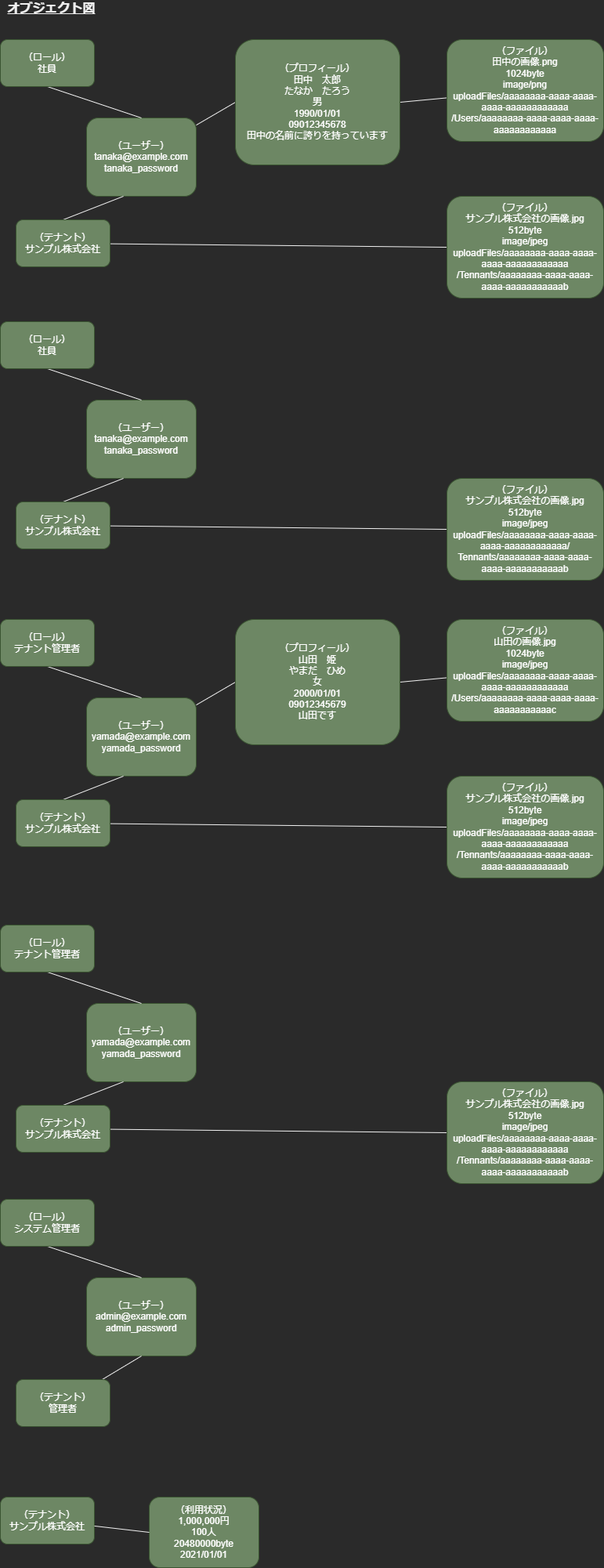
This is docs/diagrams/src/オブジェクト図.png from q23isline/reinventing_the_wheel, a draw.io export, as it was before one commit. Source tidied: cells renumbered, new cells last; positions are measured from the earlier drawing's top-left corner, leaving out a move shared by most shapes.
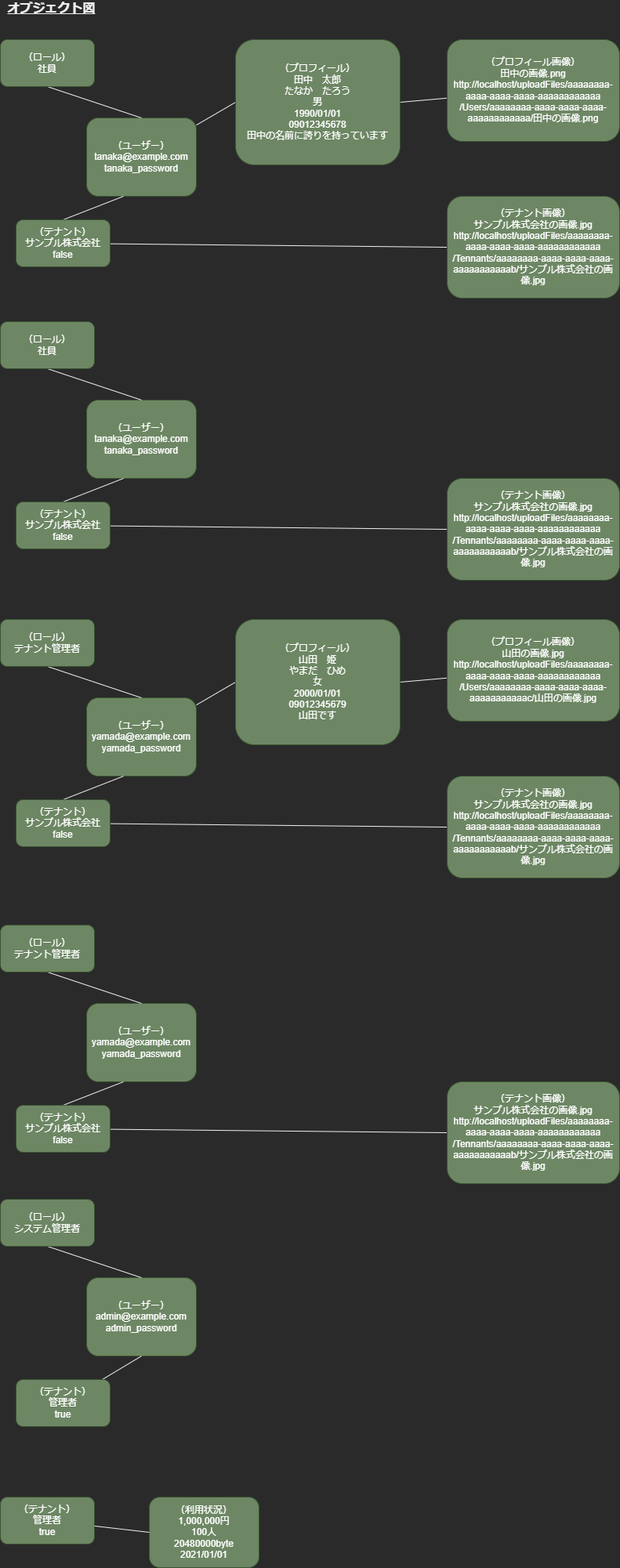
The same file after the commit.

Commit message:
ドメインモデル図、オブジェクト図を更新

What changed in the source:
```diff
@@ -14,8 +14,8 @@
     <mxCell id="5" style="rounded=0;jettySize=auto;html=1;endArrow=none;endFill=0;entryX=1;entryY=0.5;entryDx=0;entryDy=0;" parent="1" edge="1" source="6" target="15">
       <mxGeometry relative="1" as="geometry" />
     </mxCell>
-    <mxCell id="6" value="（ファイル）&lt;br&gt;田中の画像.png&lt;br&gt;1024byte&lt;br&gt;image/png&lt;br&gt;uploadFiles/aaaaaaaa-aaaa-aaaa-aaaa-aaaaaaaaaaaa&lt;br&gt;/Users/aaaaaaaa-aaaa-aaaa-aaaa-aaaaaaaaaaaa" style="rounded=1;whiteSpace=wrap;html=1;fillColor=#6d8764;fontColor=#ffffff;strokeColor=#3A5431;" parent="1" vertex="1">
-      <mxGeometry x="570" y="50" width="200" height="130" as="geometry" />
+    <mxCell id="6" value="（プロフィール画像）&lt;br&gt;田中の画像.png&lt;br&gt;http://localhost/uploadFiles/aaaaaaaa-aaaa-aaaa-aaaa-aaaaaaaaaaaa&lt;br&gt;/Users/aaaaaaaa-aaaa-aaaa-aaaa-aaaaaaaaaaaa/田中の画像.png" style="rounded=1;whiteSpace=wrap;html=1;fillColor=#6d8764;fontColor=#ffffff;strokeColor=#3A5431;" parent="1" vertex="1">
+      <mxGeometry x="570" y="50" width="220" height="130" as="geometry" />
     </mxCell>
     <mxCell id="7" style="rounded=0;jettySize=auto;html=1;exitX=0.5;exitY=1;exitDx=0;exitDy=0;endArrow=none;endFill=0;entryX=0.5;entryY=0;entryDx=0;entryDy=0;" parent="1" edge="1" source="8" target="4">
       <mxGeometry relative="1" as="geometry" />
@@ -32,11 +32,11 @@
     <mxCell id="11" style="edgeStyle=none;rounded=0;jettySize=auto;html=1;entryX=0;entryY=0.5;entryDx=0;entryDy=0;fontSize=16;endArrow=none;endFill=0;" parent="1" edge="1" source="12" target="13">
       <mxGeometry relative="1" as="geometry" />
     </mxCell>
-    <mxCell id="12" value="（テナント）&lt;br&gt;サンプル株式会社" style="rounded=1;whiteSpace=wrap;html=1;fillColor=#6d8764;fontColor=#ffffff;strokeColor=#3A5431;" parent="1" vertex="1">
+    <mxCell id="12" value="（テナント）&lt;br&gt;サンプル株式会社&lt;br&gt;false" style="rounded=1;whiteSpace=wrap;html=1;fillColor=#6d8764;fontColor=#ffffff;strokeColor=#3A5431;" parent="1" vertex="1">
       <mxGeometry x="20" y="280" width="120" height="60" as="geometry" />
     </mxCell>
-    <mxCell id="13" value="（ファイル）&lt;br&gt;サンプル株式会社の画像.jpg&lt;br&gt;512byte&lt;br&gt;image/jpeg&lt;br&gt;uploadFiles/aaaaaaaa-aaaa-aaaa-aaaa-aaaaaaaaaaaa&lt;br&gt;/Tennants/aaaaaaaa-aaaa-aaaa-aaaa-aaaaaaaaaaab" style="rounded=1;whiteSpace=wrap;html=1;fillColor=#6d8764;fontColor=#ffffff;strokeColor=#3A5431;" parent="1" vertex="1">
-      <mxGeometry x="570" y="250" width="200" height="130" as="geometry" />
+    <mxCell id="13" value="（テナント画像）&lt;br&gt;サンプル株式会社の画像.jpg&lt;br&gt;http://localhost/uploadFiles/aaaaaaaa-aaaa-aaaa-aaaa-aaaaaaaaaaaa&lt;br&gt;/Tennants/aaaaaaaa-aaaa-aaaa-aaaa-aaaaaaaaaaab/サンプル株式会社の画像.jpg" style="rounded=1;whiteSpace=wrap;html=1;fillColor=#6d8764;fontColor=#ffffff;strokeColor=#3A5431;" parent="1" vertex="1">
+      <mxGeometry x="570" y="250" width="220" height="130" as="geometry" />
     </mxCell>
     <mxCell id="14" style="edgeStyle=orthogonalEdgeStyle;rounded=0;orthogonalLoop=1;jettySize=auto;html=1;exitX=1;exitY=0.5;exitDx=0;exitDy=0;strokeColor=none;endArrow=none;endFill=0;" parent="1" edge="1">
       <mxGeometry relative="1" as="geometry">
@@ -47,9 +47,6 @@
     <mxCell id="15" value="（プロフィール）&lt;br&gt;田中　太郎&lt;br&gt;たなか　たろう&lt;br&gt;男&lt;br&gt;1990/01/01&lt;br&gt;09012345678&lt;br&gt;田中の名前に誇りを持っています" style="rounded=1;whiteSpace=wrap;html=1;fillColor=#6d8764;fontColor=#ffffff;strokeColor=#3A5431;" parent="1" vertex="1">
       <mxGeometry x="300" y="50" width="210" height="160" as="geometry" />
     </mxCell>
-    <mxCell id="16" style="edgeStyle=orthogonalEdgeStyle;rounded=0;jettySize=auto;html=1;exitX=1;exitY=0.5;exitDx=0;exitDy=0;strokeColor=none;endArrow=none;endFill=0;" parent="1" edge="1" source="18" target="20">
-      <mxGeometry relative="1" as="geometry" />
-    </mxCell>
     <mxCell id="17" style="edgeStyle=none;rounded=0;jettySize=auto;html=1;entryX=0;entryY=0.5;entryDx=0;entryDy=0;fontSize=16;endArrow=none;endFill=0;" parent="1" edge="1" source="18" target="27">
       <mxGeometry relative="1" as="geometry" />
     </mxCell>
@@ -59,8 +56,8 @@
     <mxCell id="19" style="rounded=0;jettySize=auto;html=1;endArrow=none;endFill=0;entryX=1;entryY=0.5;entryDx=0;entryDy=0;" parent="1" edge="1" source="20" target="27">
       <mxGeometry relative="1" as="geometry" />
     </mxCell>
-    <mxCell id="20" value="（ファイル）&lt;br&gt;山田の画像.jpg&lt;br&gt;1024byte&lt;br&gt;image/jpeg&lt;br&gt;uploadFiles/aaaaaaaa-aaaa-aaaa-aaaa-aaaaaaaaaaaa&lt;br&gt;/Users/aaaaaaaa-aaaa-aaaa-aaaa-aaaaaaaaaaac" style="rounded=1;whiteSpace=wrap;html=1;fillColor=#6d8764;fontColor=#ffffff;strokeColor=#3A5431;" parent="1" vertex="1">
-      <mxGeometry x="570" y="790" width="200" height="130" as="geometry" />
+    <mxCell id="20" value="（プロフィール画像）&lt;br&gt;山田の画像.jpg&lt;br&gt;http://localhost/uploadFiles/aaaaaaaa-aaaa-aaaa-aaaa-aaaaaaaaaaaa&lt;br&gt;/Users/aaaaaaaa-aaaa-aaaa-aaaa-aaaaaaaaaaac/山田の画像.jpg" style="rounded=1;whiteSpace=wrap;html=1;fillColor=#6d8764;fontColor=#ffffff;strokeColor=#3A5431;" parent="1" vertex="1">
+      <mxGeometry x="570" y="790" width="220" height="130" as="geometry" />
     </mxCell>
     <mxCell id="21" style="rounded=0;jettySize=auto;html=1;exitX=0.5;exitY=1;exitDx=0;exitDy=0;endArrow=none;endFill=0;entryX=0.5;entryY=0;entryDx=0;entryDy=0;" parent="1" edge="1" source="22" target="18">
       <mxGeometry relative="1" as="geometry" />
@@ -74,20 +71,15 @@
     <mxCell id="24" style="edgeStyle=none;rounded=0;jettySize=auto;html=1;entryX=0;entryY=0.5;entryDx=0;entryDy=0;fontSize=16;endArrow=none;endFill=0;" parent="1" edge="1" source="25" target="26">
       <mxGeometry relative="1" as="geometry" />
     </mxCell>
-    <mxCell id="25" value="（テナント）&lt;br&gt;サンプル株式会社" style="rounded=1;whiteSpace=wrap;html=1;fillColor=#6d8764;fontColor=#ffffff;strokeColor=#3A5431;" parent="1" vertex="1">
+    <mxCell id="25" value="（テナント）&lt;br&gt;サンプル株式会社&lt;br&gt;false" style="rounded=1;whiteSpace=wrap;html=1;fillColor=#6d8764;fontColor=#ffffff;strokeColor=#3A5431;" parent="1" vertex="1">
       <mxGeometry x="20" y="1020" width="120" height="60" as="geometry" />
     </mxCell>
-    <mxCell id="26" value="（ファイル）&lt;br&gt;サンプル株式会社の画像.jpg&lt;br&gt;512byte&lt;br&gt;image/jpeg&lt;br&gt;uploadFiles/aaaaaaaa-aaaa-aaaa-aaaa-aaaaaaaaaaaa&lt;br&gt;/Tennants/aaaaaaaa-aaaa-aaaa-aaaa-aaaaaaaaaaab" style="rounded=1;whiteSpace=wrap;html=1;fillColor=#6d8764;fontColor=#ffffff;strokeColor=#3A5431;" parent="1" vertex="1">
-      <mxGeometry x="570" y="990" width="200" height="130" as="geometry" />
+    <mxCell id="26" value="（テナント画像）&lt;br&gt;サンプル株式会社の画像.jpg&lt;br&gt;http://localhost/uploadFiles/aaaaaaaa-aaaa-aaaa-aaaa-aaaaaaaaaaaa&lt;br&gt;/Tennants/aaaaaaaa-aaaa-aaaa-aaaa-aaaaaaaaaaab/サンプル株式会社の画像.jpg" style="rounded=1;whiteSpace=wrap;html=1;fillColor=#6d8764;fontColor=#ffffff;strokeColor=#3A5431;" parent="1" vertex="1">
+      <mxGeometry x="570" y="990" width="220" height="130" as="geometry" />
     </mxCell>
     <mxCell id="27" value="（プロフィール）&lt;br&gt;山田　姫&lt;br&gt;やまだ　ひめ&lt;br&gt;女&lt;br&gt;2000/01/01&lt;br&gt;09012345679&lt;br&gt;山田です" style="rounded=1;whiteSpace=wrap;html=1;fillColor=#6d8764;fontColor=#ffffff;strokeColor=#3A5431;" parent="1" vertex="1">
       <mxGeometry x="300" y="790" width="210" height="160" as="geometry" />
     </mxCell>
-    <mxCell id="28" style="edgeStyle=orthogonalEdgeStyle;rounded=0;jettySize=auto;html=1;exitX=1;exitY=0.5;exitDx=0;exitDy=0;strokeColor=none;endArrow=none;endFill=0;" parent="1" edge="1" source="29">
-      <mxGeometry relative="1" as="geometry">
-        <mxPoint x="570" y="475" as="targetPoint" />
-      </mxGeometry>
-    </mxCell>
     <mxCell id="29" value="（ユーザー）&lt;br&gt;tanaka@example.com&lt;br&gt;tanaka_password" style="rounded=1;whiteSpace=wrap;html=1;fillColor=#6d8764;fontColor=#ffffff;strokeColor=#3A5431;" parent="1" vertex="1">
       <mxGeometry x="110" y="510" width="140" height="100" as="geometry" />
     </mxCell>
@@ -103,17 +95,12 @@
     <mxCell id="33" style="edgeStyle=none;rounded=0;jettySize=auto;html=1;entryX=0;entryY=0.5;entryDx=0;entryDy=0;fontSize=16;endArrow=none;endFill=0;" parent="1" edge="1" source="34" target="35">
       <mxGeometry relative="1" as="geometry" />
     </mxCell>
-    <mxCell id="34" value="（テナント）&lt;br&gt;サンプル株式会社" style="rounded=1;whiteSpace=wrap;html=1;fillColor=#6d8764;fontColor=#ffffff;strokeColor=#3A5431;" parent="1" vertex="1">
+    <mxCell id="34" value="（テナント）&lt;br&gt;サンプル株式会社&lt;br&gt;false" style="rounded=1;whiteSpace=wrap;html=1;fillColor=#6d8764;fontColor=#ffffff;strokeColor=#3A5431;" parent="1" vertex="1">
       <mxGeometry x="20" y="640" width="120" height="60" as="geometry" />
     </mxCell>
-    <mxCell id="35" value="（ファイル）&lt;br&gt;サンプル株式会社の画像.jpg&lt;br&gt;512byte&lt;br&gt;image/jpeg&lt;br&gt;uploadFiles/aaaaaaaa-aaaa-aaaa-aaaa-aaaaaaaaaaaa/&lt;br&gt;Tennants/aaaaaaaa-aaaa-aaaa-aaaa-aaaaaaaaaaab" style="rounded=1;whiteSpace=wrap;html=1;fillColor=#6d8764;fontColor=#ffffff;strokeColor=#3A5431;" parent="1" vertex="1">
-      <mxGeometry x="570" y="610" width="200" height="130" as="geometry" />
+    <mxCell id="35" value="（テナント画像）&lt;br&gt;サンプル株式会社の画像.jpg&lt;br&gt;http://localhost/uploadFiles/aaaaaaaa-aaaa-aaaa-aaaa-aaaaaaaaaaaa&lt;br&gt;/Tennants/aaaaaaaa-aaaa-aaaa-aaaa-aaaaaaaaaaab/サンプル株式会社の画像.jpg" style="rounded=1;whiteSpace=wrap;html=1;fillColor=#6d8764;fontColor=#ffffff;strokeColor=#3A5431;" parent="1" vertex="1">
+      <mxGeometry x="570" y="610" width="220" height="130" as="geometry" />
     </mxCell>
-    <mxCell id="36" style="edgeStyle=orthogonalEdgeStyle;rounded=0;jettySize=auto;html=1;exitX=1;exitY=0.5;exitDx=0;exitDy=0;strokeColor=none;endArrow=none;endFill=0;" parent="1" edge="1" source="37">
-      <mxGeometry relative="1" as="geometry">
-        <mxPoint x="570" y="1245" as="targetPoint" />
-      </mxGeometry>
-    </mxCell>
     <mxCell id="37" value="（ユーザー）&lt;br&gt;yamada@example.com&lt;br&gt;yamada_password" style="rounded=1;whiteSpace=wrap;html=1;fillColor=#6d8764;fontColor=#ffffff;strokeColor=#3A5431;" parent="1" vertex="1">
       <mxGeometry x="110" y="1280" width="140" height="100" as="geometry" />
     </mxCell>
@@ -129,11 +116,11 @@
     <mxCell id="41" style="edgeStyle=none;rounded=0;jettySize=auto;html=1;entryX=0;entryY=0.5;entryDx=0;entryDy=0;fontSize=16;endArrow=none;endFill=0;" parent="1" edge="1" source="42" target="43">
       <mxGeometry relative="1" as="geometry" />
     </mxCell>
-    <mxCell id="42" value="（テナント）&lt;br&gt;サンプル株式会社" style="rounded=1;whiteSpace=wrap;html=1;fillColor=#6d8764;fontColor=#ffffff;strokeColor=#3A5431;" parent="1" vertex="1">
+    <mxCell id="42" value="（テナント）&lt;br&gt;サンプル株式会社&lt;br&gt;false" style="rounded=1;whiteSpace=wrap;html=1;fillColor=#6d8764;fontColor=#ffffff;strokeColor=#3A5431;" parent="1" vertex="1">
       <mxGeometry x="20" y="1410" width="120" height="60" as="geometry" />
     </mxCell>
-    <mxCell id="43" value="（ファイル）&lt;br&gt;サンプル株式会社の画像.jpg&lt;br&gt;512byte&lt;br&gt;image/jpeg&lt;br&gt;uploadFiles/aaaaaaaa-aaaa-aaaa-aaaa-aaaaaaaaaaaa&lt;br&gt;/Tennants/aaaaaaaa-aaaa-aaaa-aaaa-aaaaaaaaaaab" style="rounded=1;whiteSpace=wrap;html=1;fillColor=#6d8764;fontColor=#ffffff;strokeColor=#3A5431;" parent="1" vertex="1">
-      <mxGeometry x="570" y="1380" width="200" height="130" as="geometry" />
+    <mxCell id="43" value="（テナント画像）&lt;br&gt;サンプル株式会社の画像.jpg&lt;br&gt;http://localhost/uploadFiles/aaaaaaaa-aaaa-aaaa-aaaa-aaaaaaaaaaaa&lt;br&gt;/Tennants/aaaaaaaa-aaaa-aaaa-aaaa-aaaaaaaaaaab/サンプル株式会社の画像.jpg" style="rounded=1;whiteSpace=wrap;html=1;fillColor=#6d8764;fontColor=#ffffff;strokeColor=#3A5431;" parent="1" vertex="1">
+      <mxGeometry x="570" y="1380" width="220" height="130" as="geometry" />
     </mxCell>
     <mxCell id="44" value="（ユーザー）&lt;br&gt;admin@example.com&lt;br&gt;admin_password" style="rounded=1;whiteSpace=wrap;html=1;fillColor=#6d8764;fontColor=#ffffff;strokeColor=#3A5431;" parent="1" vertex="1">
       <mxGeometry x="110" y="1630" width="140" height="100" as="geometry" />
@@ -144,7 +131,7 @@
     <mxCell id="46" value="（ロール）&lt;br&gt;システム管理者" style="rounded=1;whiteSpace=wrap;html=1;fillColor=#6d8764;fontColor=#ffffff;strokeColor=#3A5431;" parent="1" vertex="1">
       <mxGeometry y="1530" width="120" height="60" as="geometry" />
     </mxCell>
-    <mxCell id="47" value="（テナント）&lt;br&gt;サンプル株式会社" style="rounded=1;whiteSpace=wrap;html=1;fillColor=#6d8764;fontColor=#ffffff;strokeColor=#3A5431;" parent="1" vertex="1">
+    <mxCell id="47" value="（テナント）&lt;br&gt;管理者&lt;br&gt;true" style="rounded=1;whiteSpace=wrap;html=1;fillColor=#6d8764;fontColor=#ffffff;strokeColor=#3A5431;" parent="1" vertex="1">
       <mxGeometry y="1910" width="120" height="60" as="geometry" />
     </mxCell>
     <mxCell id="48" value="（利用状況）&lt;br&gt;1,000,000円&lt;br&gt;100人&lt;br&gt;20480000byte&lt;br&gt;2021/01/01" style="rounded=1;whiteSpace=wrap;html=1;fillColor=#6d8764;fontColor=#ffffff;strokeColor=#3A5431;" parent="1" vertex="1">
@@ -156,7 +143,7 @@
     <mxCell id="50" style="edgeStyle=none;rounded=0;jettySize=auto;html=1;entryX=0.5;entryY=1;entryDx=0;entryDy=0;fontSize=16;endArrow=none;endFill=0;" parent="1" edge="1" source="51" target="44">
       <mxGeometry relative="1" as="geometry" />
     </mxCell>
-    <mxCell id="51" value="（テナント）&lt;br&gt;管理者" style="rounded=1;whiteSpace=wrap;html=1;fillColor=#6d8764;fontColor=#ffffff;strokeColor=#3A5431;" parent="1" vertex="1">
+    <mxCell id="51" value="（テナント）&lt;br&gt;管理者&lt;br&gt;true" style="rounded=1;whiteSpace=wrap;html=1;fillColor=#6d8764;fontColor=#ffffff;strokeColor=#3A5431;" parent="1" vertex="1">
       <mxGeometry x="20" y="1760" width="120" height="60" as="geometry" />
     </mxCell>
   </root>
```
